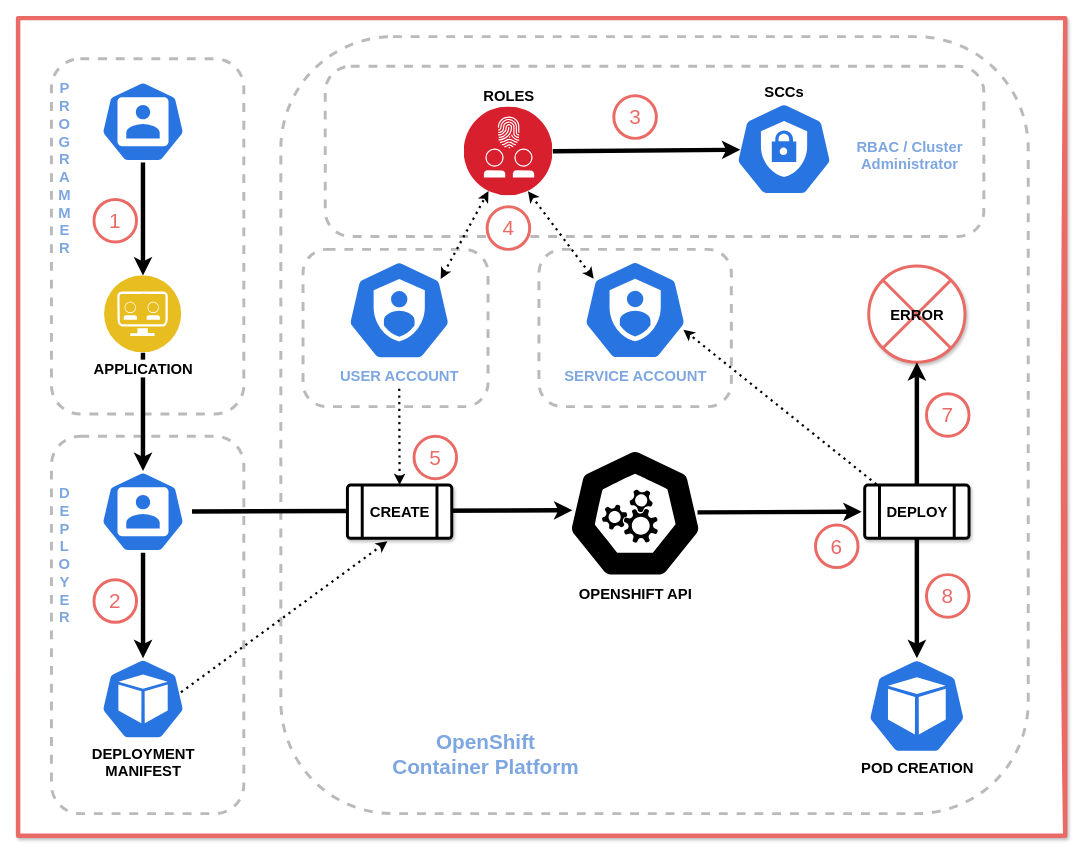
tt-isv-org/scc keeps this draw.io diagram as page "overview4" (4 of 13) of article-intro/images/detailed-flow.drawio. Above is the earlier version. Source tidied: cells renumbered, new cells numbered last; positions are measured from the earlier drawing's top-left corner, leaving out a move shared by most shapes. Both pictures are drawn from the tidied source at 74%, with x=0, y=0 at pixel (18, 18).
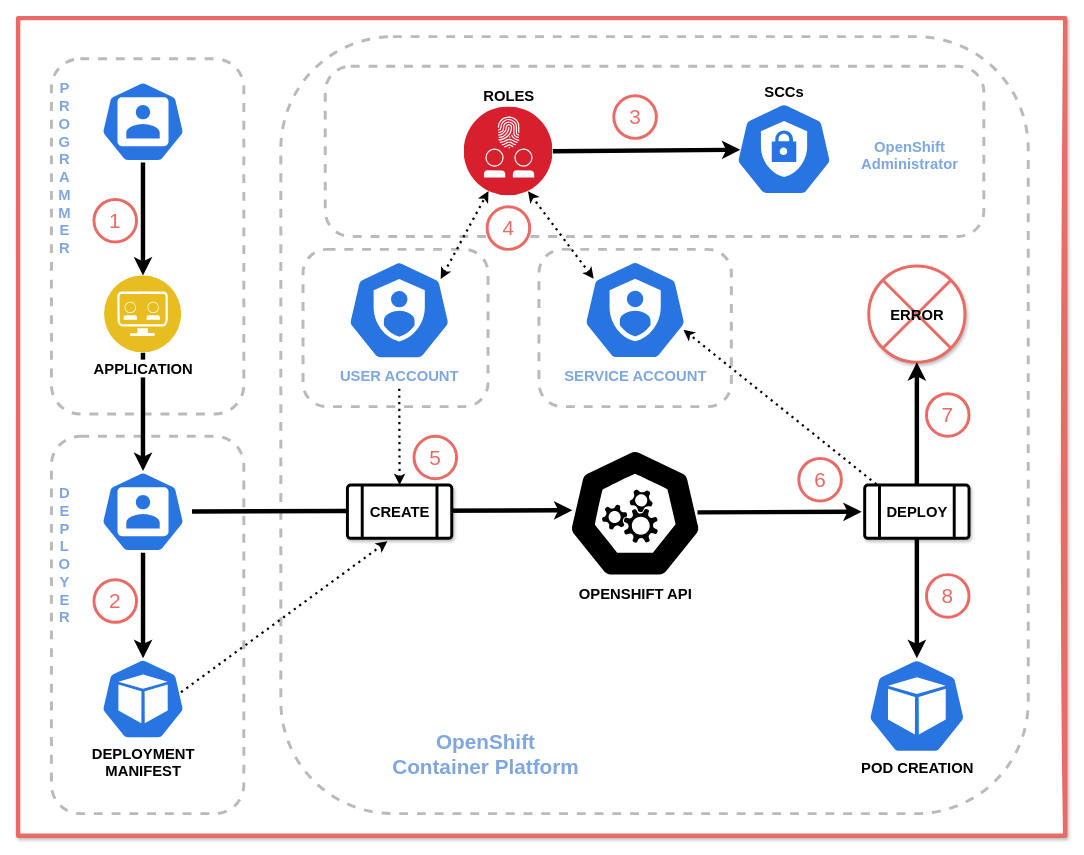
The same diagram, later.

What changed in the source:
```diff
@@
-    <mxCell id="13" value="&lt;font style=&quot;font-size: 20px&quot; color=&quot;#7ea6e0&quot;&gt;&lt;b&gt;RBAC / Cluster&lt;br&gt;Administrator&lt;/b&gt;&lt;/font&gt;" style="text;html=1;strokeColor=none;fillColor=none;align=center;verticalAlign=middle;whiteSpace=wrap;rounded=0;" parent="1" vertex="1">
+    <mxCell id="13" value="&lt;font color=&quot;#7ea6e0&quot;&gt;&lt;span style=&quot;font-size: 20px&quot;&gt;&lt;b&gt;OpenShift Administrator&lt;/b&gt;&lt;/span&gt;&lt;/font&gt;" style="text;html=1;strokeColor=none;fillColor=none;align=center;verticalAlign=middle;whiteSpace=wrap;rounded=0;" parent="1" vertex="1">
       <mxGeometry x="1125" y="135" width="160" height="100" as="geometry" />
     </mxCell>
@@
     <mxCell id="40" style="group;" parent="1" vertex="1">
-      <mxGeometry x="1077.5" y="685" width="57.5" height="57.5" as="geometry" />
+      <mxGeometry x="1055" y="595" width="57.5" height="57.5" as="geometry" />
     </mxCell>
```
